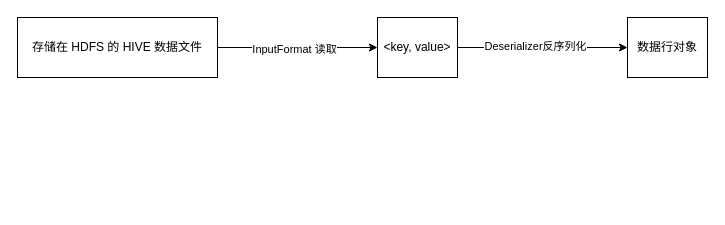
fsJerryChan/fsJerryChan keeps this draw.io diagram as HIVE_READ_WRITE.drawio. Above is the earlier version. Source tidied: cells renumbered, new cells numbered last; positions are measured from the earlier drawing's top-left corner, leaving out a move shared by most shapes. Both pictures are drawn from the tidied source at 100%, with x=0, y=0 at pixel (17, 17).
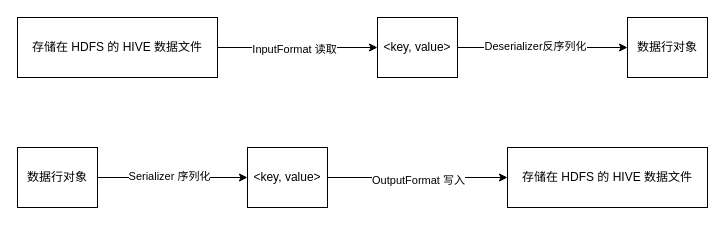
Above is the later version.

Change to the diagram source:
```diff
@@
 <mxGraphModel>
   <root>
     <mxCell id="0" />
     <mxCell id="1" parent="0" />
     <mxCell id="2" style="edgeStyle=orthogonalEdgeStyle;rounded=0;jettySize=auto;html=1;" parent="1" edge="1" source="4" target="7">
       <mxGeometry relative="1" as="geometry" />
     </mxCell>
     <mxCell id="3" value="InputFormat 读取" style="edgeLabel;html=1;align=center;verticalAlign=middle;" parent="2" vertex="1">
       <mxGeometry x="-0.05" y="-1" relative="1" as="geometry" />
     </mxCell>
     <mxCell id="4" value="存储在 HDFS 的 HIVE 数据文件" style="rounded=0;whiteSpace=wrap;html=1;" parent="1" vertex="1">
       <mxGeometry width="200" height="60" as="geometry" />
     </mxCell>
     <mxCell id="5" style="edgeStyle=orthogonalEdgeStyle;rounded=0;jettySize=auto;html=1;entryX=0;entryY=0.5;entryDx=0;entryDy=0;" parent="1" edge="1" source="7" target="8">
       <mxGeometry relative="1" as="geometry" />
     </mxCell>
     <mxCell id="6" value="Deserializer反序列化" style="edgeLabel;html=1;align=center;verticalAlign=middle;" parent="5" vertex="1">
       <mxGeometry x="-0.1" y="2" relative="1" as="geometry" />
     </mxCell>
     <mxCell id="7" value="&amp;lt;key, value&amp;gt;" style="rounded=0;whiteSpace=wrap;html=1;fillColor=default;strokeColor=default;" parent="1" vertex="1">
       <mxGeometry x="360" width="80" height="60" as="geometry" />
     </mxCell>
     <mxCell id="8" value="数据行对象" style="rounded=0;whiteSpace=wrap;html=1;fillColor=default;strokeColor=default;" parent="1" vertex="1">
       <mxGeometry x="610" width="80" height="60" as="geometry" />
     </mxCell>
+    <mxCell id="9" style="edgeStyle=orthogonalEdgeStyle;rounded=0;jettySize=auto;html=1;entryX=0;entryY=0.5;entryDx=0;entryDy=0;" parent="1" edge="1" source="11" target="14">
+      <mxGeometry relative="1" as="geometry" />
+    </mxCell>
+    <mxCell id="10" value="Serializer 序列化" style="edgeLabel;html=1;align=center;verticalAlign=middle;" parent="9" vertex="1">
+      <mxGeometry x="-0.05" y="2" relative="1" as="geometry" />
+    </mxCell>
+    <mxCell id="11" value="数据行对象" style="rounded=0;whiteSpace=wrap;html=1;fillColor=default;strokeColor=default;" parent="1" vertex="1">
+      <mxGeometry y="130" width="80" height="60" as="geometry" />
+    </mxCell>
+    <mxCell id="12" style="edgeStyle=orthogonalEdgeStyle;rounded=0;jettySize=auto;html=1;" parent="1" edge="1" source="14" target="15">
+      <mxGeometry relative="1" as="geometry" />
+    </mxCell>
+    <mxCell id="13" value="OutputFormat 写入" style="edgeLabel;html=1;align=center;verticalAlign=middle;" parent="12" vertex="1">
+      <mxGeometry y="-2" relative="1" as="geometry" />
+    </mxCell>
+    <mxCell id="14" value="&amp;lt;key, value&amp;gt;" style="rounded=0;whiteSpace=wrap;html=1;fillColor=default;strokeColor=default;" parent="1" vertex="1">
+      <mxGeometry x="230" y="130" width="80" height="60" as="geometry" />
+    </mxCell>
+    <mxCell id="15" value="存储在 HDFS 的 HIVE 数据文件" style="rounded=0;whiteSpace=wrap;html=1;" parent="1" vertex="1">
+      <mxGeometry x="490" y="130" width="200" height="60" as="geometry" />
+    </mxCell>
   </root>
 </mxGraphModel>
```
